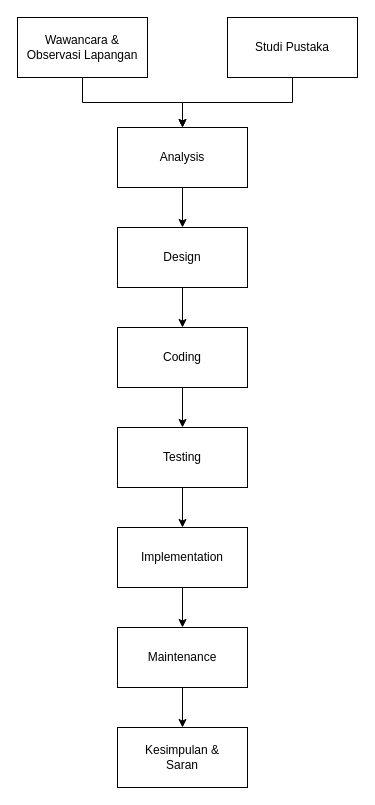
The draw.io diagram page "Page-9" (9 of 12) of SIAKAD ERD.drawio in RidhoAnshory/drawiocloud, before the edit. Source tidied: cells renumbered, new cells numbered last; positions are measured from the earlier drawing's top-left corner, leaving out a move shared by most shapes. Both pictures are drawn from the tidied source at 100%, with x=0, y=0 at pixel (17, 17).
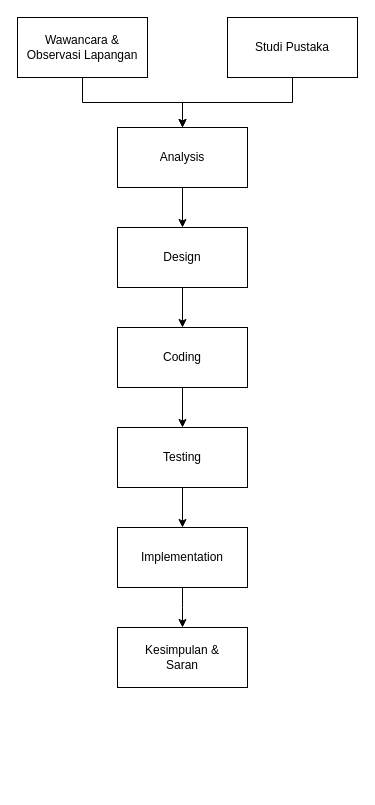
After the change.

What changed in the source:
```diff
@@
 <mxGraphModel>
   <root>
     <mxCell id="0" />
     <mxCell id="1" parent="0" />
     <mxCell id="2" style="edgeStyle=orthogonalEdgeStyle;rounded=0;jettySize=auto;html=1;entryX=0.5;entryY=0;entryDx=0;entryDy=0;endArrow=classic;endFill=1;" parent="1" edge="1" source="3" target="7">
       <mxGeometry relative="1" as="geometry" />
     </mxCell>
     <mxCell id="3" value="Wawancara &amp;amp;&lt;br&gt;Observasi Lapangan" style="rounded=0;whiteSpace=wrap;html=1;" parent="1" vertex="1">
       <mxGeometry width="130" height="60" as="geometry" />
     </mxCell>
     <mxCell id="4" style="edgeStyle=orthogonalEdgeStyle;rounded=0;jettySize=auto;html=1;entryX=0.5;entryY=0;entryDx=0;entryDy=0;endArrow=classic;endFill=1;" parent="1" edge="1" source="5" target="7">
       <mxGeometry relative="1" as="geometry" />
     </mxCell>
     <mxCell id="5" value="Studi Pustaka" style="rounded=0;whiteSpace=wrap;html=1;" parent="1" vertex="1">
       <mxGeometry x="210" width="130" height="60" as="geometry" />
     </mxCell>
     <mxCell id="6" style="edgeStyle=orthogonalEdgeStyle;rounded=0;jettySize=auto;html=1;entryX=0.5;entryY=0;entryDx=0;entryDy=0;endArrow=classic;endFill=1;" parent="1" edge="1" source="7" target="9">
       <mxGeometry relative="1" as="geometry" />
     </mxCell>
     <mxCell id="7" value="Analysis" style="rounded=0;whiteSpace=wrap;html=1;" parent="1" vertex="1">
       <mxGeometry x="100" y="110" width="130" height="60" as="geometry" />
     </mxCell>
     <mxCell id="8" style="edgeStyle=orthogonalEdgeStyle;rounded=0;jettySize=auto;html=1;endArrow=classic;endFill=1;" parent="1" edge="1" source="9" target="11">
       <mxGeometry relative="1" as="geometry" />
     </mxCell>
     <mxCell id="9" value="Design" style="rounded=0;whiteSpace=wrap;html=1;" parent="1" vertex="1">
       <mxGeometry x="100" y="210" width="130" height="60" as="geometry" />
     </mxCell>
     <mxCell id="10" style="edgeStyle=orthogonalEdgeStyle;rounded=0;jettySize=auto;html=1;endArrow=classic;endFill=1;" parent="1" edge="1" source="11" target="13">
       <mxGeometry relative="1" as="geometry" />
     </mxCell>
     <mxCell id="11" value="Coding" style="rounded=0;whiteSpace=wrap;html=1;" parent="1" vertex="1">
       <mxGeometry x="100" y="310" width="130" height="60" as="geometry" />
     </mxCell>
     <mxCell id="12" style="edgeStyle=orthogonalEdgeStyle;rounded=0;jettySize=auto;html=1;endArrow=classic;endFill=1;" parent="1" edge="1" source="13" target="16">
       <mxGeometry relative="1" as="geometry" />
     </mxCell>
     <mxCell id="13" value="Testing" style="rounded=0;whiteSpace=wrap;html=1;" parent="1" vertex="1">
       <mxGeometry x="100" y="410" width="130" height="60" as="geometry" />
     </mxCell>
-    <mxCell id="14" style="edgeStyle=orthogonalEdgeStyle;rounded=0;jettySize=auto;html=1;entryX=0.5;entryY=0;entryDx=0;entryDy=0;endArrow=classic;endFill=1;exitX=0.5;exitY=1;exitDx=0;exitDy=0;" parent="1" edge="1" source="18" target="17">
-      <mxGeometry relative="1" as="geometry" />
-    </mxCell>
-    <mxCell id="15" style="edgeStyle=orthogonalEdgeStyle;rounded=0;jettySize=auto;html=1;endArrow=classic;endFill=1;" parent="1" edge="1" source="16" target="18">
-      <mxGeometry relative="1" as="geometry" />
+    <mxCell id="15" style="edgeStyle=orthogonalEdgeStyle;rounded=0;jettySize=auto;html=1;endArrow=classic;endFill=1;" parent="1" edge="1" source="16">
+      <mxGeometry relative="1" as="geometry">
+        <mxPoint x="165" y="610" as="targetPoint" />
+      </mxGeometry>
     </mxCell>
     <mxCell id="16" value="Implementation" style="rounded=0;whiteSpace=wrap;html=1;" parent="1" vertex="1">
       <mxGeometry x="100" y="510" width="130" height="60" as="geometry" />
     </mxCell>
     <mxCell id="17" value="Kesimpulan &amp;amp;&lt;br&gt;Saran" style="rounded=0;whiteSpace=wrap;html=1;" parent="1" vertex="1">
-      <mxGeometry x="100" y="710" width="130" height="60" as="geometry" />
+      <mxGeometry x="100" y="610" width="130" height="60" as="geometry" />
     </mxCell>
-    <mxCell id="18" value="Maintenance" style="rounded=0;whiteSpace=wrap;html=1;" parent="1" vertex="1">
-      <mxGeometry x="100" y="610" width="130" height="60" as="geometry" />
-    </mxCell>
   </root>
 </mxGraphModel>
```
